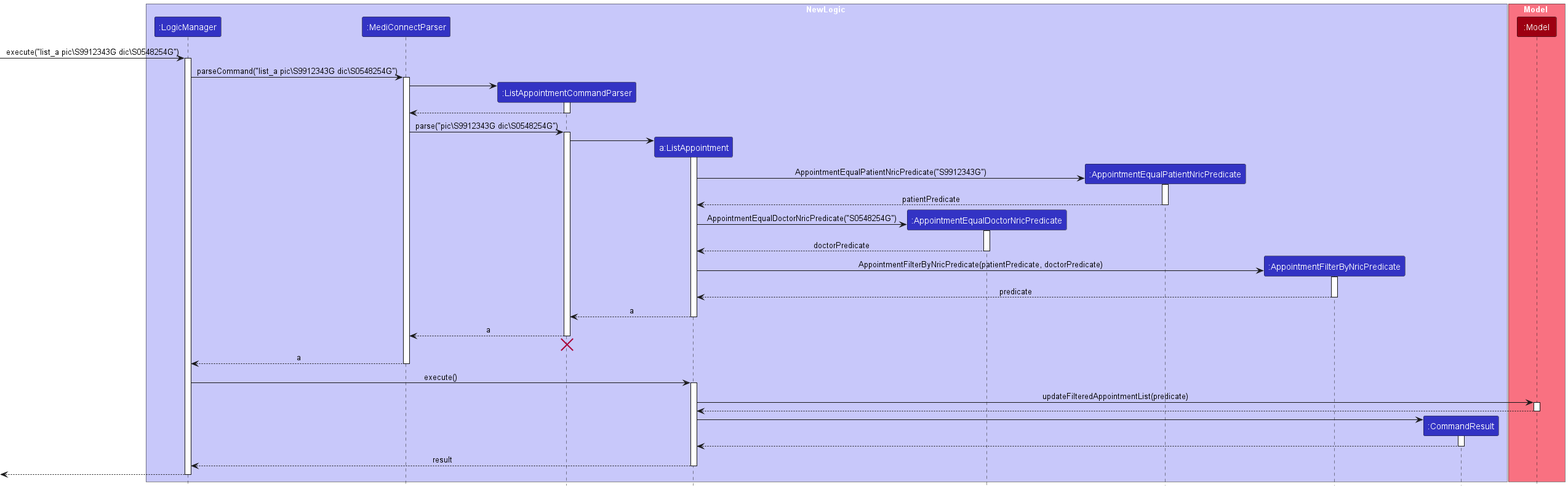
yanghengtang/tp keeps this PlantUML diagram as docs/images/ListAppointmentSequence.png. Above is the earlier version.
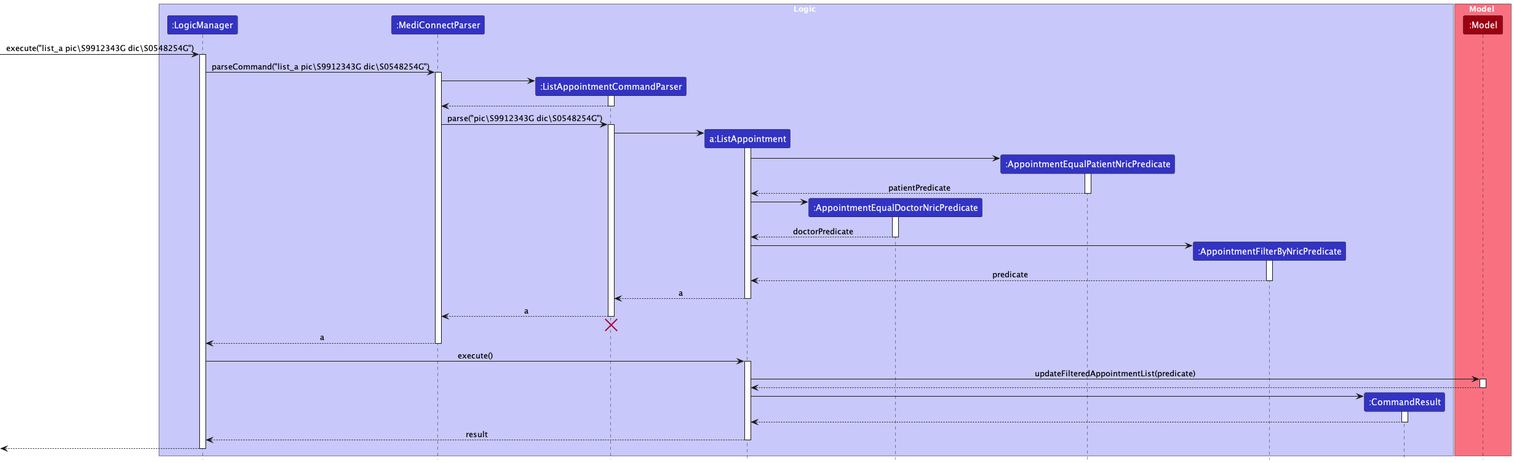
The same diagram one commit later.

What changed in the source:
```diff
@@ -2,7 +2,7 @@
 !include style.puml
 skinparam ArrowFontStyle plain
 
-box NewLogic LOGIC_COLOR_T1
+box Logic LOGIC_COLOR_T1
 participant ":LogicManager" as LogicManager LOGIC_COLOR
 participant ":MediConnectParser" as MediConnectParser LOGIC_COLOR
 participant ":ListAppointmentCommandParser" as ListAppointmentCommandParser LOGIC_COLOR
@@ -39,19 +39,19 @@
 activate ListAppointment
 
 create AppointmentEqualPatientNricPredicate
-ListAppointment -> AppointmentEqualPatientNricPredicate : AppointmentEqualPatientNricPredicate("S9912343G")
+ListAppointment -> AppointmentEqualPatientNricPredicate
 activate  AppointmentEqualPatientNricPredicate
 AppointmentEqualPatientNricPredicate --> ListAppointment : patientPredicate
 deactivate AppointmentEqualPatientNricPredicate
 
 create AppointmentEqualDoctorNricPredicate
-ListAppointment -> AppointmentEqualDoctorNricPredicate : AppointmentEqualDoctorNricPredicate("S0548254G")
+ListAppointment -> AppointmentEqualDoctorNricPredicate
 activate AppointmentEqualDoctorNricPredicate
 AppointmentEqualDoctorNricPredicate --> ListAppointment : doctorPredicate
 deactivate AppointmentEqualDoctorNricPredicate
 
 create AppointmentFilterByNricPredicate
-ListAppointment -> AppointmentFilterByNricPredicate : AppointmentFilterByNricPredicate(patientPredicate, doctorPredicate)
+ListAppointment -> AppointmentFilterByNricPredicate
 activate AppointmentFilterByNricPredicate
 AppointmentFilterByNricPredicate --> ListAppointment : predicate
 deactivate AppointmentFilterByNricPredicate
```
